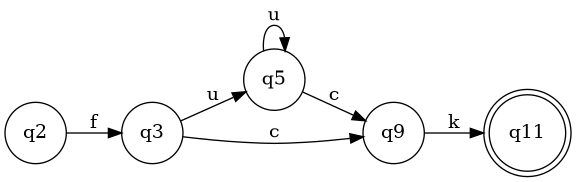
KevOub/automata-project keeps this Graphviz diagram as test2.png.gv.png. Above is the earlier version. Its source is kept beside it as test2.png.gv. Source of this version:
```dot
digraph "test2.png" {
	graph [rankdir=LR]
	q2 [label=q2 shape=circle]
	q3 [label=q3 shape=circle]
	q5 [label=q5 shape=circle]
	q9 [label=q9 shape=circle]
	q11 [label=q11 shape=doublecircle]
	q2 -> q3 [label=f]
	q3 -> q5 [label=u]
	q3 -> q9 [label=c]
	q5 -> q5 [label=u]
	q5 -> q9 [label=c]
	q9 -> q11 [label=k]
}
```
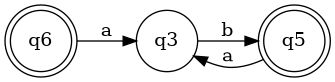
The same diagram one commit later.

Diff of the diagram source:
```diff
@@ -1,14 +1,9 @@
 digraph "test2.png" {
 	graph [rankdir=LR]
-	q2 [label=q2 shape=circle]
 	q3 [label=q3 shape=circle]
-	q5 [label=q5 shape=circle]
-	q9 [label=q9 shape=circle]
-	q11 [label=q11 shape=doublecircle]
-	q2 -> q3 [label=f]
-	q3 -> q5 [label=u]
-	q3 -> q9 [label=c]
-	q5 -> q5 [label=u]
-	q5 -> q9 [label=c]
-	q9 -> q11 [label=k]
+	q5 [label=q5 shape=doublecircle]
+	q6 [label=q6 shape=doublecircle]
+	q3 -> q5 [label=b]
+	q5 -> q3 [label=a]
+	q6 -> q3 [label=a]
 }
```
